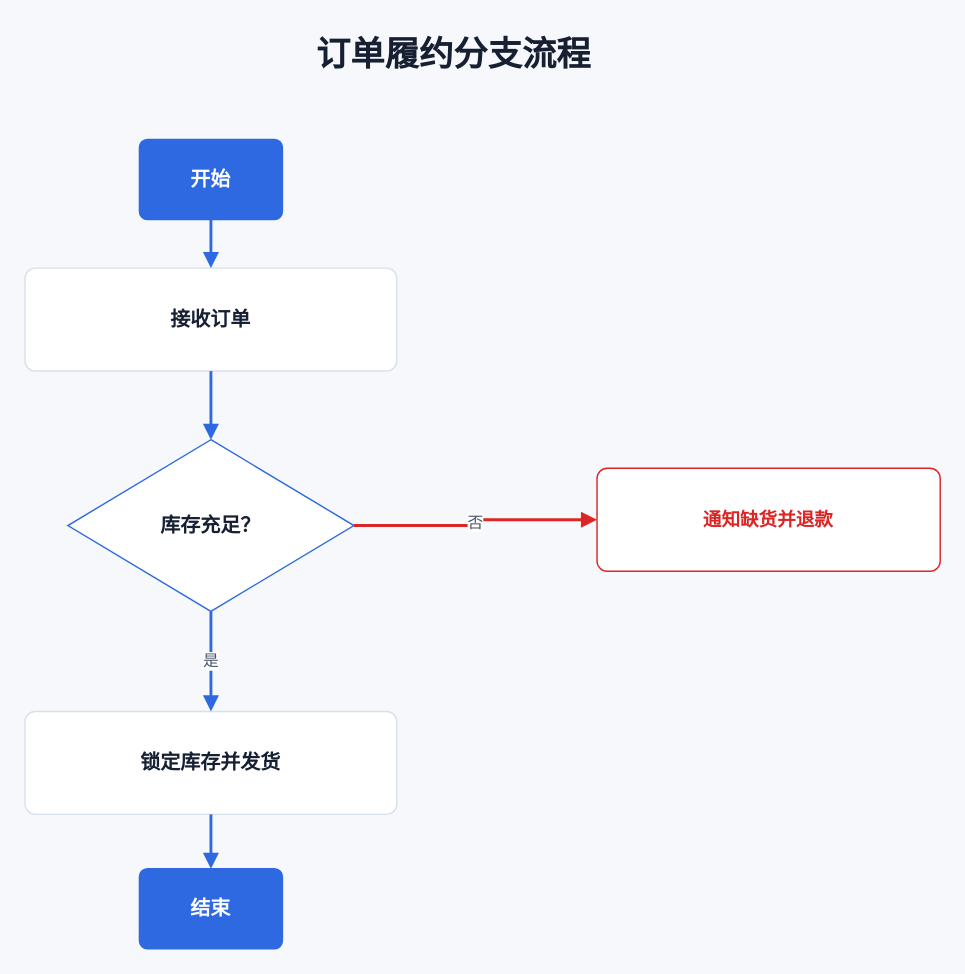
Before: .opencode/skills/xml-diagram/examples/flow-branching-light-order-processing.drawio in BeWaterMyFriend7/SKILL-PROJECT, a draw.io diagram. Source tidied: cells renumbered, new cells numbered last; positions are measured from the earlier drawing's top-left corner, leaving out a move shared by most shapes. Both pictures are drawn from the tidied source at 143%, with x=0, y=0 at pixel (24, 24).
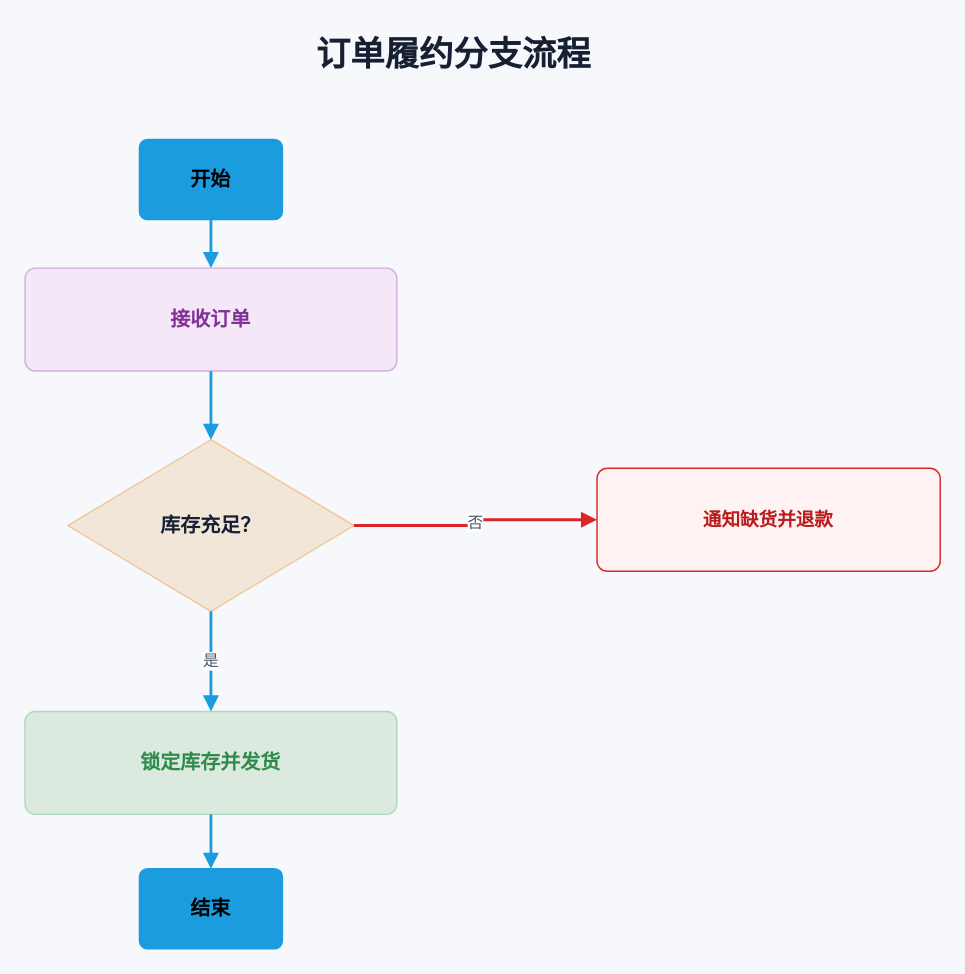
After the change.

Diff of the diagram source:
```diff
@@
 <mxGraphModel background="#F6F8FB">
   <root>
     <mxCell id="0" />
     <mxCell id="1" parent="0" />
     <mxCell id="2" value="订单履约分支流程" style="text;strokeColor=none;fillColor=none;align=center;verticalAlign=middle;html=1;whiteSpace=wrap;fontFamily=Inter, Noto Sans SC, Microsoft YaHei, sans-serif;fontSize=24;fontColor=#172033;fontStyle=1;" parent="1" vertex="1">
       <mxGeometry x="60" width="480" height="42" as="geometry" />
     </mxCell>
-    <mxCell id="3" value="开始" style="rounded=1;arcSize=10;fillColor=#2E69E1;strokeColor=#2E69E1;align=center;verticalAlign=middle;html=1;whiteSpace=wrap;fontFamily=Inter, Noto Sans SC, Microsoft YaHei, sans-serif;fontSize=14;fontColor=#FFFFFF;fontStyle=1;" parent="1" vertex="1">
+    <mxCell id="3" value="开始" style="rounded=1;arcSize=10;fillColor=#1B9CDE;strokeColor=#1B9CDE;align=center;verticalAlign=middle;html=1;whiteSpace=wrap;fontFamily=Inter, Noto Sans SC, Microsoft YaHei, sans-serif;fontSize=14;fontColor=#000000;fontStyle=1;" parent="1" vertex="1">
       <mxGeometry x="80" y="80" width="100" height="56" as="geometry" />
     </mxCell>
-    <mxCell id="4" value="接收订单" style="rounded=1;arcSize=10;fillColor=#FFFFFF;strokeColor=#D8E1EA;html=1;whiteSpace=wrap;fontFamily=Inter, Noto Sans SC, Microsoft YaHei, sans-serif;fontSize=14;fontColor=#172033;fontStyle=1;" parent="1" vertex="1">
+    <mxCell id="4" value="接收订单" style="rounded=1;arcSize=10;fillColor=#F4E7F7;strokeColor=#D7ACE2;html=1;whiteSpace=wrap;fontFamily=Inter, Noto Sans SC, Microsoft YaHei, sans-serif;fontSize=14;fontColor=#832F98;fontStyle=1;" parent="1" vertex="1">
       <mxGeometry y="170" width="260" height="72" as="geometry" />
     </mxCell>
-    <mxCell id="5" value="库存充足？" style="rhombus;fillColor=#FFFFFF;strokeColor=#2E69E1;align=center;verticalAlign=middle;html=1;whiteSpace=wrap;fontFamily=Inter, Noto Sans SC, Microsoft YaHei, sans-serif;fontSize=14;fontColor=#172033;fontStyle=1;" parent="1" vertex="1">
+    <mxCell id="5" value="库存充足？" style="rhombus;fillColor=#F2E6D9;strokeColor=#F2C69A;align=center;verticalAlign=middle;html=1;whiteSpace=wrap;fontFamily=Inter, Noto Sans SC, Microsoft YaHei, sans-serif;fontSize=14;fontColor=#172033;fontStyle=1;" parent="1" vertex="1">
       <mxGeometry x="30" y="290" width="200" height="120" as="geometry" />
     </mxCell>
-    <mxCell id="6" value="锁定库存并发货" style="rounded=1;arcSize=10;fillColor=#FFFFFF;strokeColor=#D8E1EA;html=1;whiteSpace=wrap;fontFamily=Inter, Noto Sans SC, Microsoft YaHei, sans-serif;fontSize=14;fontColor=#172033;fontStyle=1;" parent="1" vertex="1">
+    <mxCell id="6" value="锁定库存并发货" style="rounded=1;arcSize=10;fillColor=#DBE9DF;strokeColor=#ACDBBA;html=1;whiteSpace=wrap;fontFamily=Inter, Noto Sans SC, Microsoft YaHei, sans-serif;fontSize=14;fontColor=#2F8B4B;fontStyle=1;" parent="1" vertex="1">
       <mxGeometry y="480" width="260" height="72" as="geometry" />
     </mxCell>
-    <mxCell id="7" value="通知缺货并退款" style="rounded=1;arcSize=10;fillColor=#FFFFFF;strokeColor=#DC2626;align=center;verticalAlign=middle;html=1;whiteSpace=wrap;fontFamily=Inter, Noto Sans SC, Microsoft YaHei, sans-serif;fontSize=13;fontColor=#DC2626;fontStyle=1;" parent="1" vertex="1">
+    <mxCell id="7" value="通知缺货并退款" style="rounded=1;arcSize=10;fillColor=#FEF2F2;strokeColor=#DC2626;align=center;verticalAlign=middle;html=1;whiteSpace=wrap;fontFamily=Inter, Noto Sans SC, Microsoft YaHei, sans-serif;fontSize=13;fontColor=#B91C1C;fontStyle=1;" parent="1" vertex="1">
       <mxGeometry x="400" y="310" width="240" height="72" as="geometry" />
     </mxCell>
-    <mxCell id="8" value="结束" style="rounded=1;arcSize=10;fillColor=#2E69E1;strokeColor=#2E69E1;align=center;verticalAlign=middle;html=1;whiteSpace=wrap;fontFamily=Inter, Noto Sans SC, Microsoft YaHei, sans-serif;fontSize=14;fontColor=#FFFFFF;fontStyle=1;" parent="1" vertex="1">
+    <mxCell id="8" value="结束" style="rounded=1;arcSize=10;fillColor=#1B9CDE;strokeColor=#1B9CDE;align=center;verticalAlign=middle;html=1;whiteSpace=wrap;fontFamily=Inter, Noto Sans SC, Microsoft YaHei, sans-serif;fontSize=14;fontColor=#000000;fontStyle=1;" parent="1" vertex="1">
       <mxGeometry x="80" y="590" width="100" height="56" as="geometry" />
     </mxCell>
-    <mxCell id="9" style="edgeStyle=orthogonalEdgeStyle;rounded=0;html=1;strokeColor=#2E69E1;strokeWidth=2;endArrow=block;endFill=1;fontFamily=Inter, Noto Sans SC, Microsoft YaHei, sans-serif;fontSize=11;fontColor=#475569;" parent="1" edge="1" source="3" target="4">
+    <mxCell id="9" style="edgeStyle=orthogonalEdgeStyle;rounded=0;html=1;strokeColor=#1B9CDE;strokeWidth=2;endArrow=block;endFill=1;fontFamily=Inter, Noto Sans SC, Microsoft YaHei, sans-serif;fontSize=11;fontColor=#475569;" parent="1" edge="1" source="3" target="4">
       <mxGeometry relative="1" as="geometry" />
     </mxCell>
-    <mxCell id="10" style="edgeStyle=orthogonalEdgeStyle;rounded=0;html=1;strokeColor=#2E69E1;strokeWidth=2;endArrow=block;endFill=1;fontFamily=Inter, Noto Sans SC, Microsoft YaHei, sans-serif;fontSize=11;fontColor=#475569;" parent="1" edge="1" source="4" target="5">
+    <mxCell id="10" style="edgeStyle=orthogonalEdgeStyle;rounded=0;html=1;strokeColor=#1B9CDE;strokeWidth=2;endArrow=block;endFill=1;fontFamily=Inter, Noto Sans SC, Microsoft YaHei, sans-serif;fontSize=11;fontColor=#475569;" parent="1" edge="1" source="4" target="5">
       <mxGeometry relative="1" as="geometry" />
     </mxCell>
-    <mxCell id="11" value="是" style="edgeStyle=orthogonalEdgeStyle;rounded=0;html=1;strokeColor=#2E69E1;strokeWidth=2;endArrow=block;endFill=1;fontFamily=Inter, Noto Sans SC, Microsoft YaHei, sans-serif;fontSize=11;fontColor=#475569;" parent="1" edge="1" source="5" target="6">
+    <mxCell id="11" value="是" style="edgeStyle=orthogonalEdgeStyle;rounded=0;html=1;strokeColor=#1B9CDE;strokeWidth=2;endArrow=block;endFill=1;fontFamily=Inter, Noto Sans SC, Microsoft YaHei, sans-serif;fontSize=11;fontColor=#475569;" parent="1" edge="1" source="5" target="6">
       <mxGeometry relative="1" as="geometry" />
     </mxCell>
     <mxCell id="12" value="否" style="edgeStyle=orthogonalEdgeStyle;rounded=0;html=1;strokeColor=#DC2626;strokeWidth=2;endArrow=block;endFill=1;fontFamily=Inter, Noto Sans SC, Microsoft YaHei, sans-serif;fontSize=11;fontColor=#475569;" parent="1" edge="1" source="5" target="7">
       <mxGeometry relative="1" as="geometry" />
     </mxCell>
-    <mxCell id="13" style="edgeStyle=orthogonalEdgeStyle;rounded=0;html=1;strokeColor=#2E69E1;strokeWidth=2;endArrow=block;endFill=1;fontFamily=Inter, Noto Sans SC, Microsoft YaHei, sans-serif;fontSize=11;fontColor=#475569;" parent="1" edge="1" source="6" target="8">
+    <mxCell id="13" style="edgeStyle=orthogonalEdgeStyle;rounded=0;html=1;strokeColor=#1B9CDE;strokeWidth=2;endArrow=block;endFill=1;fontFamily=Inter, Noto Sans SC, Microsoft YaHei, sans-serif;fontSize=11;fontColor=#475569;" parent="1" edge="1" source="6" target="8">
       <mxGeometry relative="1" as="geometry" />
     </mxCell>
   </root>
 </mxGraphModel>
```
